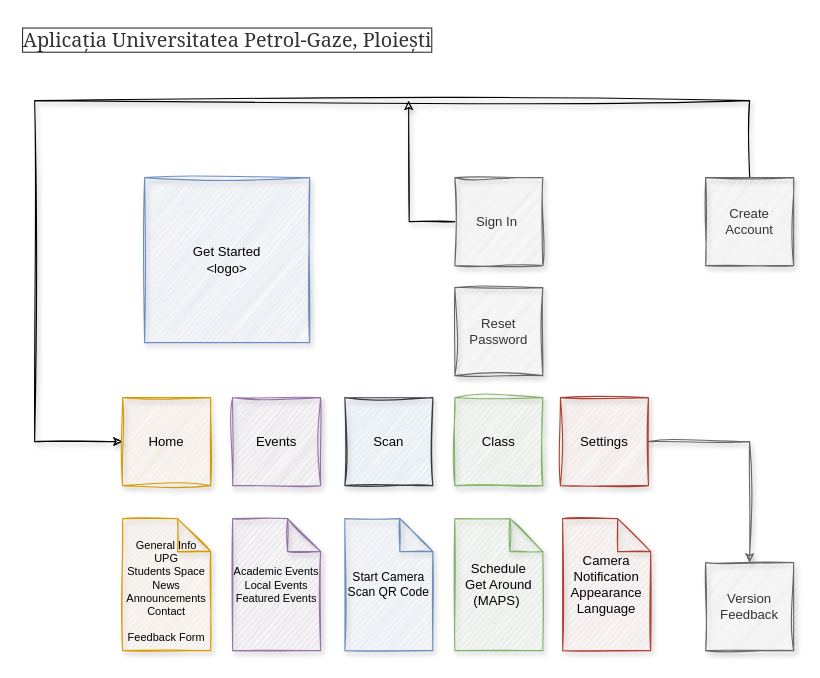
Above: UPG.drawio in drak0niii/UPG (draw.io), before the change. Source tidied: cells renumbered, new cells numbered last; positions are measured from the earlier drawing's top-left corner, leaving out a move shared by most shapes. Both pictures are drawn from the tidied source at 110%, with x=0, y=0 at pixel (23, 23).
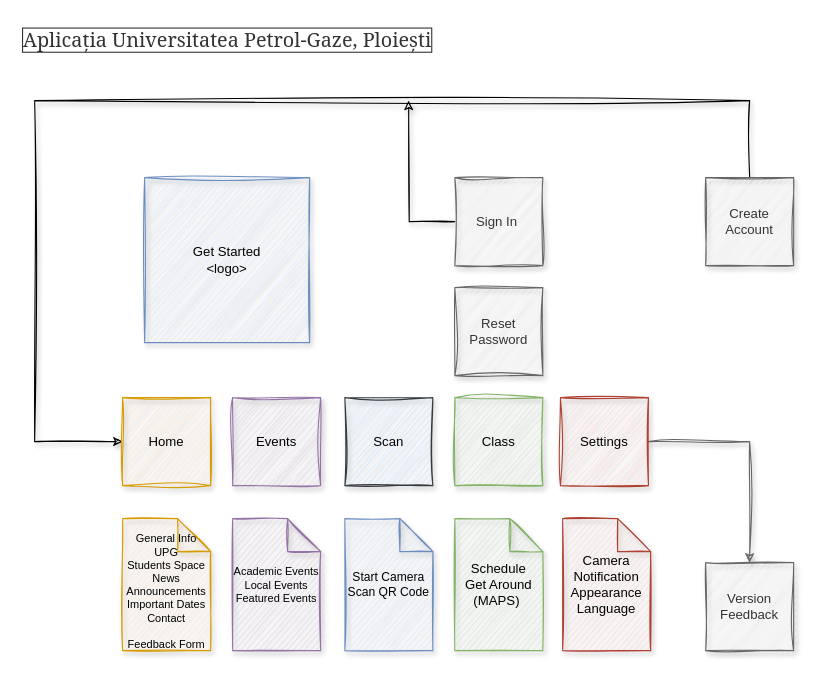
After the change.

Diff of the diagram source:
```diff
@@
-    <mxCell id="14" value="&lt;br&gt;General Info UPG&lt;br style=&quot;font-size: 10px;&quot;&gt;Students Space&lt;br&gt;News&lt;br&gt;Announcements&lt;br&gt;Contact&lt;br&gt;&lt;br&gt;Feedback Form" style="shape=note;whiteSpace=wrap;html=1;backgroundOutline=1;darkOpacity=0.05;rounded=1;shadow=1;glass=0;sketch=1;fontSize=10;fillColor=#ffe6cc;strokeColor=#d79b00;" parent="1" vertex="1">
+    <mxCell id="14" value="&lt;br&gt;General Info UPG&lt;br style=&quot;font-size: 10px;&quot;&gt;Students Space&lt;br&gt;News&lt;br&gt;Announcements&lt;br&gt;Important Dates&lt;br&gt;Contact&lt;br&gt;&lt;br&gt;Feedback Form" style="shape=note;whiteSpace=wrap;html=1;backgroundOutline=1;darkOpacity=0.05;rounded=1;shadow=1;glass=0;sketch=1;fontSize=10;fillColor=#ffe6cc;strokeColor=#d79b00;" parent="1" vertex="1">
       <mxGeometry x="90" y="450" width="80" height="120" as="geometry" />
     </mxCell>
```
